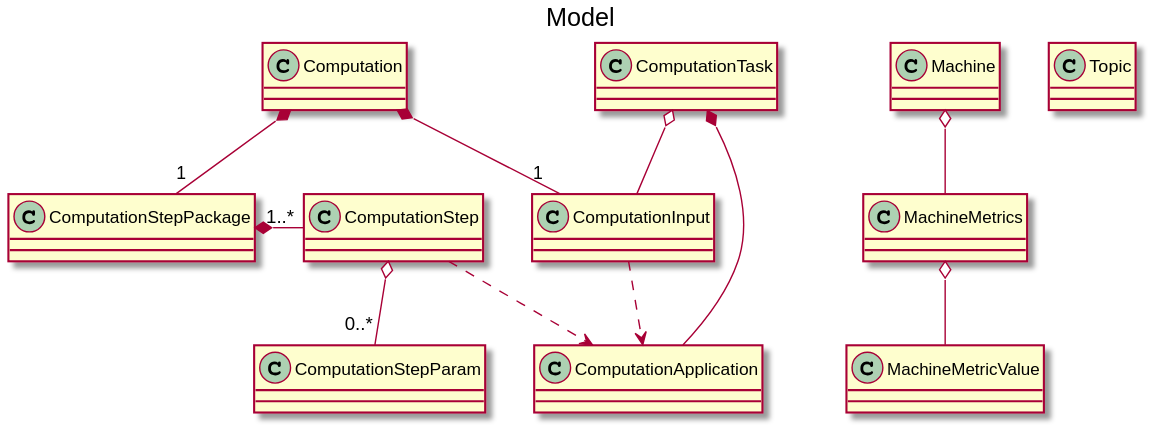
Above: model/entities.svg in cetlinB/docs (PlantUML), before the change. Source of this version:
```plantuml
@startuml
    title Model

    class ComputationTask
    class ComputationApplication
    class ComputationInput
    class ComputationStep
    class ComputationStepPackage
    class ComputationStepParam
    class Computation
    class Machine
    class MachineMetrics
    class MachineMetricValue
    class Topic

    ComputationTask *-- ComputationApplication
    ComputationTask o-- ComputationInput
    ComputationInput ..> ComputationApplication
    ComputationStepPackage *- "1..*" ComputationStep
    ComputationStep o-- "0..*" ComputationStepParam
    ComputationStep ..> ComputationApplication
    Computation *-- "1"ComputationStepPackage
    Computation *-- "1" ComputationInput
    Machine o-- MachineMetrics
    MachineMetrics o-- MachineMetricValue
@enduml
```
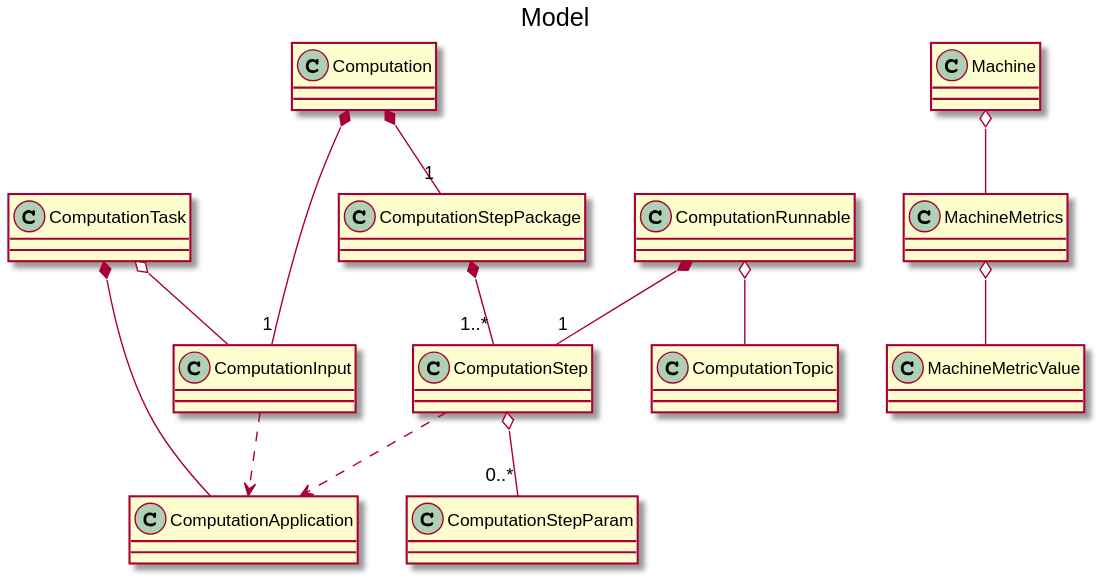
The same file after the commit.

Commit message:
Update rendered entities

The edit, as a diff of the source:
```diff
@@ -7,18 +7,21 @@
     class ComputationStep
     class ComputationStepPackage
     class ComputationStepParam
+    class ComputationRunnable
+    class ComputationTopic
     class Computation
     class Machine
     class MachineMetrics
     class MachineMetricValue
-    class Topic
 
     ComputationTask *-- ComputationApplication
     ComputationTask o-- ComputationInput
     ComputationInput ..> ComputationApplication
-    ComputationStepPackage *- "1..*" ComputationStep
+    ComputationStepPackage *-- "1..*" ComputationStep
     ComputationStep o-- "0..*" ComputationStepParam
     ComputationStep ..> ComputationApplication
+    ComputationRunnable *-- "1" ComputationStep
+    ComputationRunnable o-- ComputationTopic
     Computation *-- "1"ComputationStepPackage
     Computation *-- "1" ComputationInput
     Machine o-- MachineMetrics
```
